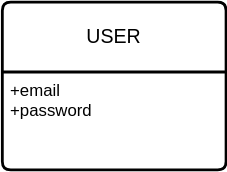
Above: doc/entity_relation_diagram.drawio.svg in bytestrick/tabula (draw.io), before the change. Source tidied: cells renumbered, new cells last; positions are measured from the earlier drawing's top-left corner, leaving out a move shared by most shapes.
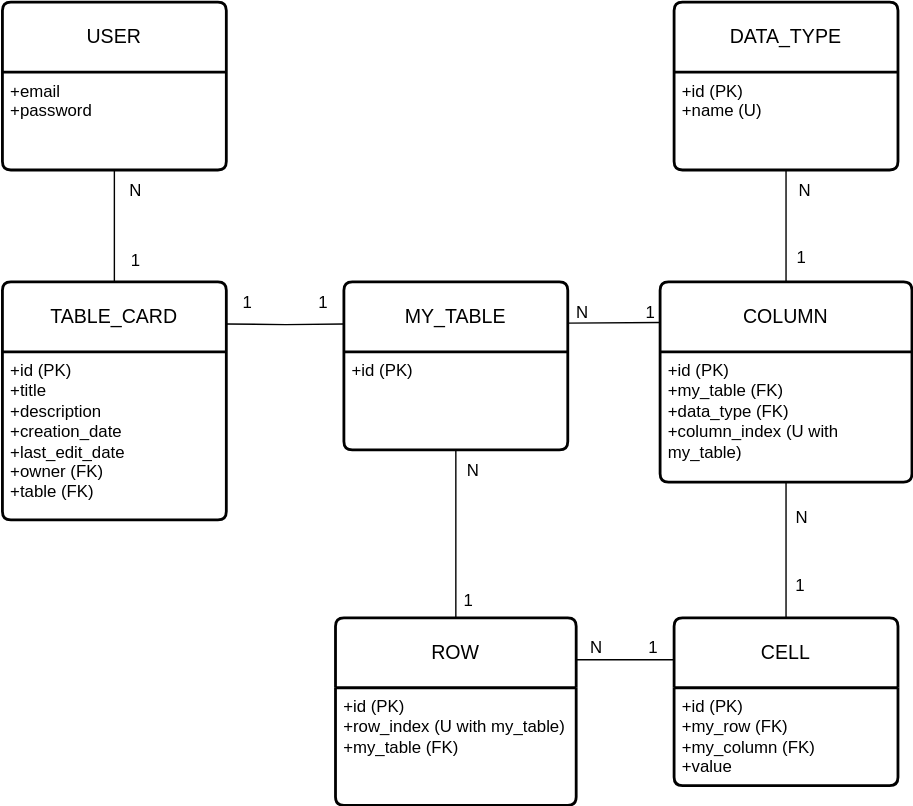
After the change.

Commit message:
Modificato lo schema del DB e riscritto i campi in snake case

Diff of the diagram source:
```diff
@@ -8,5 +8,131 @@
     <mxCell id="3" value="+email&lt;br&gt;+password" style="align=left;strokeColor=none;fillColor=none;spacingLeft=4;fontSize=12;verticalAlign=top;html=1;" parent="2" vertex="1">
       <mxGeometry y="50" width="160" height="70" as="geometry" />
     </mxCell>
+    <mxCell id="4" value="DATA_TYPE" style="swimlane;horizontal=1;startSize=50;rounded=1;fontSize=14;fontStyle=0;strokeWidth=2;shadow=0;dashed=0;align=center;arcSize=4;whiteSpace=wrap;html=1;" parent="1" vertex="1">
+      <mxGeometry x="480" width="160" height="120" as="geometry" />
+    </mxCell>
+    <mxCell id="5" value="&lt;div&gt;+id (PK)&lt;/div&gt;&lt;div&gt;+name (U)&lt;/div&gt;" style="align=left;strokeColor=none;fillColor=none;spacingLeft=4;spacingRight=4;fontSize=12;verticalAlign=top;html=1;whiteSpace=wrap;" parent="4" vertex="1">
+      <mxGeometry y="50" width="160" height="70" as="geometry" />
+    </mxCell>
+    <mxCell id="6" value="MY_TABLE" style="swimlane;horizontal=1;startSize=50;rounded=1;fontSize=14;fontStyle=0;strokeWidth=2;shadow=0;dashed=0;align=center;arcSize=4;whiteSpace=wrap;html=1;" parent="1" vertex="1">
+      <mxGeometry x="244" y="200" width="160" height="120" as="geometry" />
+    </mxCell>
+    <mxCell id="7" value="&lt;div&gt;+id (PK)&lt;/div&gt;" style="align=left;strokeColor=none;fillColor=none;spacingLeft=4;spacingRight=4;fontSize=12;verticalAlign=top;html=1;whiteSpace=wrap;" parent="6" vertex="1">
+      <mxGeometry y="50" width="160" height="70" as="geometry" />
+    </mxCell>
+    <mxCell id="8" value="CELL" style="swimlane;horizontal=1;startSize=50;rounded=1;fontSize=14;fontStyle=0;strokeWidth=2;shadow=0;dashed=0;align=center;arcSize=4;whiteSpace=wrap;html=1;" parent="1" vertex="1">
+      <mxGeometry x="480" y="440" width="160" height="120" as="geometry" />
+    </mxCell>
+    <mxCell id="9" value="&lt;div&gt;+id (PK)&lt;/div&gt;&lt;div&gt;+my_row (FK)&lt;/div&gt;&lt;div&gt;+my_column (FK)&lt;/div&gt;&lt;div&gt;+value&lt;/div&gt;" style="align=left;strokeColor=none;fillColor=none;spacingLeft=4;spacingRight=4;fontSize=12;verticalAlign=top;html=1;whiteSpace=wrap;" parent="8" vertex="1">
+      <mxGeometry y="50" width="160" height="70" as="geometry" />
+    </mxCell>
+    <mxCell id="10" value="COLUMN" style="swimlane;horizontal=1;startSize=50;rounded=1;fontSize=14;fontStyle=0;strokeWidth=2;shadow=0;dashed=0;align=center;arcSize=4;whiteSpace=wrap;html=1;" parent="1" vertex="1">
+      <mxGeometry x="470" y="200" width="180" height="143" as="geometry" />
+    </mxCell>
+    <mxCell id="11" value="&lt;div&gt;+id (PK)&lt;/div&gt;&lt;div&gt;+my_table (FK)&lt;/div&gt;&lt;div&gt;+data_type (FK)&lt;/div&gt;&lt;div&gt;+column_index (U with my_table)&lt;/div&gt;" style="align=left;strokeColor=none;fillColor=none;spacingLeft=4;spacingRight=4;fontSize=12;verticalAlign=top;html=1;whiteSpace=wrap;" parent="10" vertex="1">
+      <mxGeometry y="50" width="180" height="93" as="geometry" />
+    </mxCell>
+    <mxCell id="12" style="endArrow=none;html=1;rounded=0;exitX=0.5;exitY=0;exitDx=0;exitDy=0;entryX=0.5;entryY=1;entryDx=0;entryDy=0;" parent="1" edge="1" source="10" target="5">
+      <mxGeometry relative="1" as="geometry" />
+    </mxCell>
+    <mxCell id="13" value="1" style="html=1;whiteSpace=wrap;align=left;verticalAlign=bottom;" parent="12" vertex="1">
+      <mxGeometry x="-1" relative="1" as="geometry">
+        <mxPoint x="6" y="-9" as="offset" />
+      </mxGeometry>
+    </mxCell>
+    <mxCell id="14" value="N" style="html=1;whiteSpace=wrap;align=right;verticalAlign=bottom;" parent="12" vertex="1">
+      <mxGeometry x="1" relative="1" as="geometry">
+        <mxPoint x="19" y="23" as="offset" />
+      </mxGeometry>
+    </mxCell>
+    <mxCell id="15" style="endArrow=none;html=1;rounded=0;entryX=0.998;entryY=0.245;entryDx=0;entryDy=0;entryPerimeter=0;" parent="1" edge="1" target="6">
+      <mxGeometry relative="1" as="geometry">
+        <mxPoint x="470" y="229" as="sourcePoint" />
+      </mxGeometry>
+    </mxCell>
+    <mxCell id="16" value="1" style="html=1;whiteSpace=wrap;align=left;verticalAlign=bottom;" parent="15" vertex="1">
+      <mxGeometry x="-1" relative="1" as="geometry">
+        <mxPoint x="-12" y="1" as="offset" />
+      </mxGeometry>
+    </mxCell>
+    <mxCell id="17" value="N" style="html=1;whiteSpace=wrap;align=right;verticalAlign=bottom;" parent="15" vertex="1">
+      <mxGeometry x="1" relative="1" as="geometry">
+        <mxPoint x="16" y="1" as="offset" />
+      </mxGeometry>
+    </mxCell>
+    <mxCell id="18" style="endArrow=none;html=1;rounded=0;exitX=0.5;exitY=1;exitDx=0;exitDy=0;entryX=0.5;entryY=0;entryDx=0;entryDy=0;" parent="1" edge="1" source="11" target="8">
+      <mxGeometry relative="1" as="geometry" />
+    </mxCell>
+    <mxCell id="19" value="1" style="html=1;whiteSpace=wrap;align=left;verticalAlign=bottom;" parent="18" vertex="1">
+      <mxGeometry x="-1" relative="1" as="geometry">
+        <mxPoint x="5" y="82" as="offset" />
+      </mxGeometry>
+    </mxCell>
+    <mxCell id="20" value="N" style="html=1;whiteSpace=wrap;align=right;verticalAlign=bottom;" parent="18" vertex="1">
+      <mxGeometry x="1" relative="1" as="geometry">
+        <mxPoint x="17" y="-63" as="offset" />
+      </mxGeometry>
+    </mxCell>
+    <mxCell id="21" value="ROW" style="swimlane;horizontal=1;startSize=50;rounded=1;fontSize=14;fontStyle=0;strokeWidth=2;shadow=0;dashed=0;align=center;arcSize=4;whiteSpace=wrap;html=1;" parent="1" vertex="1">
+      <mxGeometry x="238" y="440" width="172" height="134" as="geometry" />
+    </mxCell>
+    <mxCell id="22" value="+id (PK)&lt;br&gt;+row_index (U with my_table)&lt;br&gt;+my_table (FK)" style="align=left;strokeColor=none;fillColor=none;spacingLeft=4;spacingRight=4;fontSize=12;verticalAlign=top;html=1;whiteSpace=wrap;" parent="21" vertex="1">
+      <mxGeometry y="50" width="172" height="84" as="geometry" />
+    </mxCell>
+    <mxCell id="23" style="endArrow=none;html=1;rounded=0;" parent="1" edge="1">
+      <mxGeometry relative="1" as="geometry">
+        <mxPoint x="480" y="470" as="sourcePoint" />
+        <mxPoint x="410" y="470" as="targetPoint" />
+      </mxGeometry>
+    </mxCell>
+    <mxCell id="24" value="&lt;div&gt;1&lt;/div&gt;" style="html=1;whiteSpace=wrap;align=left;verticalAlign=bottom;" parent="23" vertex="1">
+      <mxGeometry x="-1" relative="1" as="geometry">
+        <mxPoint x="-20" as="offset" />
+      </mxGeometry>
+    </mxCell>
+    <mxCell id="25" value="N" style="html=1;whiteSpace=wrap;align=right;verticalAlign=bottom;" parent="23" vertex="1">
+      <mxGeometry x="1" relative="1" as="geometry">
+        <mxPoint x="20" as="offset" />
+      </mxGeometry>
+    </mxCell>
+    <mxCell id="26" style="endArrow=none;html=1;rounded=0;exitX=0.5;exitY=0;exitDx=0;exitDy=0;entryX=0.5;entryY=1;entryDx=0;entryDy=0;" parent="1" edge="1" source="21" target="7">
+      <mxGeometry relative="1" as="geometry" />
+    </mxCell>
+    <mxCell id="27" value="1" style="html=1;whiteSpace=wrap;align=left;verticalAlign=bottom;" parent="26" vertex="1">
+      <mxGeometry x="-1" relative="1" as="geometry">
+        <mxPoint x="4" y="-4" as="offset" />
+      </mxGeometry>
+    </mxCell>
+    <mxCell id="28" value="N" style="html=1;whiteSpace=wrap;align=right;verticalAlign=bottom;" parent="26" vertex="1">
+      <mxGeometry x="1" relative="1" as="geometry">
+        <mxPoint x="18" y="23" as="offset" />
+      </mxGeometry>
+    </mxCell>
+    <mxCell id="29" style="edgeStyle=orthogonalEdgeStyle;rounded=0;jettySize=auto;html=1;entryX=0;entryY=0.25;entryDx=0;entryDy=0;endArrow=none;startFill=0;" parent="1" edge="1" target="6">
+      <mxGeometry relative="1" as="geometry">
+        <mxPoint x="160" y="230" as="sourcePoint" />
+      </mxGeometry>
+    </mxCell>
+    <mxCell id="30" value="TABLE_CARD" style="swimlane;horizontal=1;startSize=50;rounded=1;fontSize=14;fontStyle=0;strokeWidth=2;shadow=0;dashed=0;align=center;arcSize=4;whiteSpace=wrap;html=1;" parent="1" vertex="1">
+      <mxGeometry y="200" width="160" height="170" as="geometry" />
+    </mxCell>
+    <mxCell id="31" value="&lt;div&gt;+id (PK)&lt;/div&gt;&lt;div&gt;+title&lt;/div&gt;+description&lt;br&gt;&lt;div&gt;+creation_date&lt;/div&gt;&lt;div&gt;+last_edit_date&lt;/div&gt;&lt;div&gt;+owner (FK)&lt;/div&gt;&lt;div&gt;+table (FK)&lt;/div&gt;" style="align=left;strokeColor=none;fillColor=none;spacingLeft=4;spacingRight=4;fontSize=12;verticalAlign=top;html=1;whiteSpace=wrap;" parent="30" vertex="1">
+      <mxGeometry y="50" width="160" height="120" as="geometry" />
+    </mxCell>
+    <mxCell id="32" style="edgeStyle=orthogonalEdgeStyle;rounded=0;jettySize=auto;html=1;exitX=0.5;exitY=1;exitDx=0;exitDy=0;entryX=0.5;entryY=0;entryDx=0;entryDy=0;endArrow=none;startFill=0;" parent="1" edge="1" source="3" target="30">
+      <mxGeometry relative="1" as="geometry" />
+    </mxCell>
+    <mxCell id="33" value="1" style="text;html=1;align=center;verticalAlign=middle;strokeColor=none;fillColor=none;" parent="1" vertex="1">
+      <mxGeometry x="80" y="170" width="30" height="30" as="geometry" />
+    </mxCell>
+    <mxCell id="34" value="N" style="text;html=1;align=center;verticalAlign=middle;strokeColor=none;fillColor=none;" parent="1" vertex="1">
+      <mxGeometry x="80" y="120" width="30" height="30" as="geometry" />
+    </mxCell>
+    <mxCell id="35" value="1" style="text;html=1;align=center;verticalAlign=middle;strokeColor=none;fillColor=none;" parent="1" vertex="1">
+      <mxGeometry x="160" y="200" width="30" height="30" as="geometry" />
+    </mxCell>
+    <mxCell id="36" value="1" style="text;html=1;align=center;verticalAlign=middle;strokeColor=none;fillColor=none;" parent="1" vertex="1">
+      <mxGeometry x="214" y="200" width="30" height="30" as="geometry" />
+    </mxCell>
   </root>
 </mxGraphModel>
```
